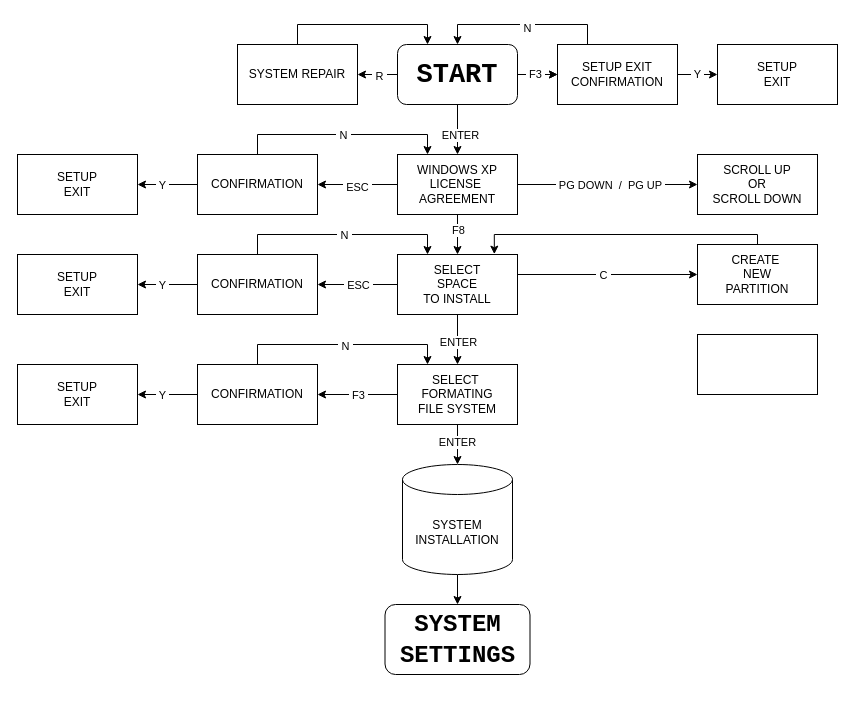
EzZy001/diagrams keeps this draw.io diagram as Untitled Diagram.drawio. Above is the earlier version. Source tidied: cells renumbered, new cells numbered last; positions are measured from the earlier drawing's top-left corner, leaving out a move shared by most shapes. Both pictures are drawn from the tidied source at 100%, with x=0, y=0 at pixel (17, 44).
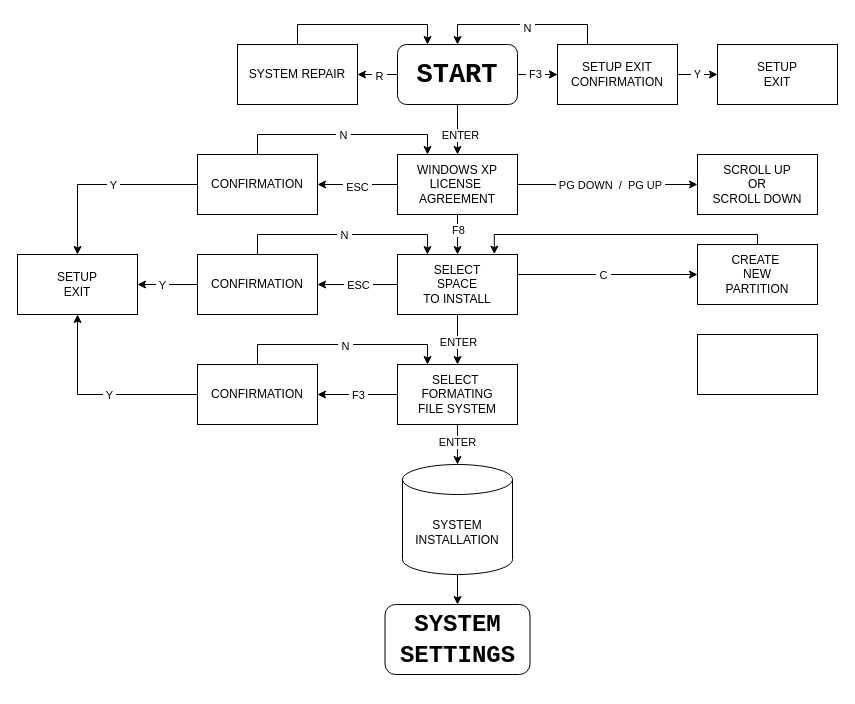
The same page after the edit.

The change refers to these unchanged cells:
```xml
<mxCell id="42" value="CONFIRMATION" style="rounded=0;whiteSpace=wrap;html=1;" parent="1" vertex="1">
  <mxGeometry x="180" y="110" width="120" height="60" as="geometry" />
</mxCell>
<mxCell id="50" value="SETUP&lt;br&gt;EXIT" style="rounded=0;whiteSpace=wrap;html=1;" parent="1" vertex="1">
  <mxGeometry y="210" width="120" height="60" as="geometry" />
</mxCell>
<mxCell id="59" value="CONFIRMATION" style="rounded=0;whiteSpace=wrap;html=1;" parent="1" vertex="1">
  <mxGeometry x="180" y="320" width="120" height="60" as="geometry" />
</mxCell>
```

What changed in the source:
```diff
@@
-    <mxCell id="40" style="edgeStyle=orthogonalEdgeStyle;rounded=0;jettySize=auto;html=1;exitX=0;exitY=0.5;exitDx=0;exitDy=0;entryX=1;entryY=0.5;entryDx=0;entryDy=0;" parent="1" edge="1" source="42" target="43">
+    <mxCell id="40" style="edgeStyle=orthogonalEdgeStyle;rounded=0;jettySize=auto;html=1;exitX=0;exitY=0.5;exitDx=0;exitDy=0;entryX=0.5;entryY=0;entryDx=0;entryDy=0;" parent="1" edge="1" source="42" target="50">
       <mxGeometry relative="1" as="geometry" />
     </mxCell>
@@
-    <mxCell id="43" value="SETUP&lt;br&gt;EXIT" style="rounded=0;whiteSpace=wrap;html=1;" parent="1" vertex="1">
-      <mxGeometry y="110" width="120" height="60" as="geometry" />
-    </mxCell>
@@
-    <mxCell id="55" style="edgeStyle=orthogonalEdgeStyle;rounded=0;jettySize=auto;html=1;exitX=0;exitY=0.5;exitDx=0;exitDy=0;entryX=1;entryY=0.5;entryDx=0;entryDy=0;" parent="1" edge="1" source="59" target="60">
+    <mxCell id="55" style="edgeStyle=orthogonalEdgeStyle;rounded=0;jettySize=auto;html=1;exitX=0;exitY=0.5;exitDx=0;exitDy=0;entryX=0.5;entryY=1;entryDx=0;entryDy=0;" parent="1" edge="1" source="59" target="50">
       <mxGeometry relative="1" as="geometry" />
     </mxCell>
@@
-    <mxCell id="60" value="SETUP&lt;br&gt;EXIT" style="rounded=0;whiteSpace=wrap;html=1;" parent="1" vertex="1">
-      <mxGeometry y="320" width="120" height="60" as="geometry" />
-    </mxCell>
```
